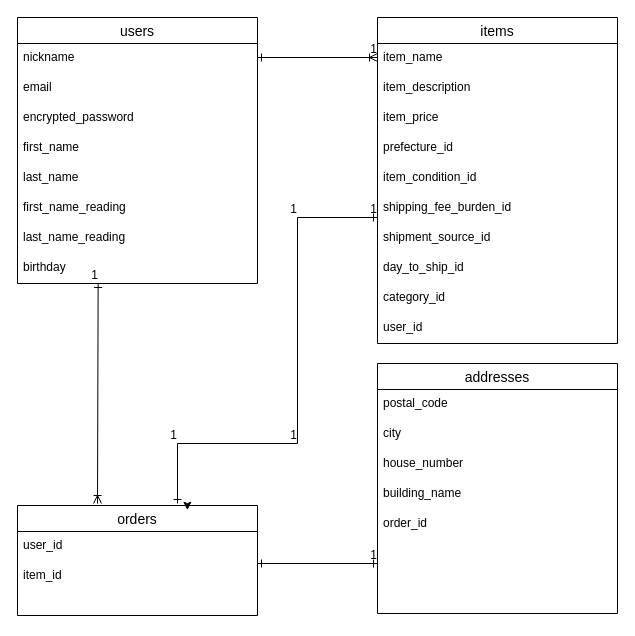
hirokazu1209/furima-34850 keeps this draw.io diagram as furima.dio. Above is the earlier version. Source tidied: cells renumbered, new cells numbered last; positions are measured from the earlier drawing's top-left corner, leaving out a move shared by most shapes. Both pictures are drawn from the tidied source at 100%, with x=0, y=0 at pixel (17, 17).
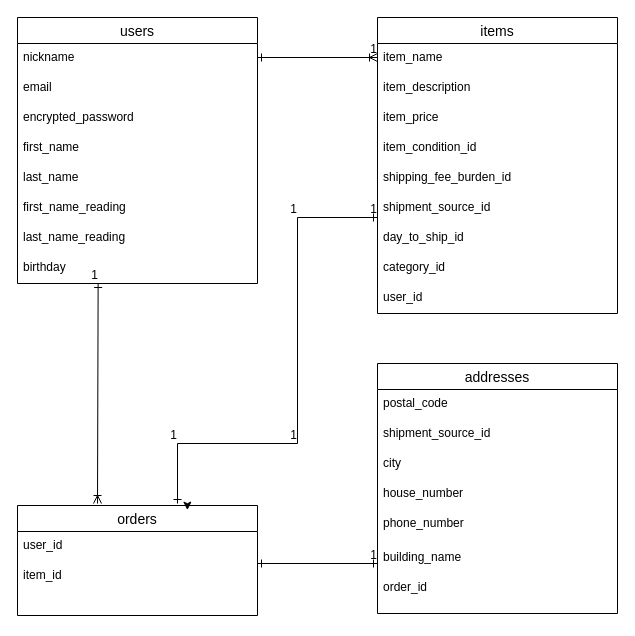
After the change.

Commit message (it also covers changes not shown here):
データベース設計_ご指摘箇所の再修正

The change refers to these unchanged cells:
```xml
<mxCell id="38" value="addresses" style="swimlane;fontStyle=0;horizontal=1;startSize=26;align=center;fontSize=14;" parent="1" vertex="1">
  <mxGeometry x="360" y="346" width="240" height="250" as="geometry" />
</mxCell>
```

Diff of the diagram source:
```diff
@@
     <mxCell id="6" value="items" style="swimlane;fontStyle=0;horizontal=1;startSize=26;align=center;fontSize=14;" parent="1" vertex="1">
-      <mxGeometry x="360" width="240" height="326" as="geometry" />
+      <mxGeometry x="360" width="240" height="296" as="geometry" />
     </mxCell>
@@
-    <mxCell id="10" value="prefecture_id" style="text;strokeColor=none;fillColor=none;spacingLeft=4;spacingRight=4;overflow=hidden;fontSize=12;" parent="6" vertex="1">
-      <mxGeometry y="116" width="240" height="30" as="geometry" />
-    </mxCell>
     <mxCell id="11" value="item_condition_id" style="text;strokeColor=none;fillColor=none;spacingLeft=4;spacingRight=4;overflow=hidden;fontSize=12;" parent="6" vertex="1">
-      <mxGeometry y="146" width="240" height="30" as="geometry" />
+      <mxGeometry y="116" width="240" height="30" as="geometry" />
     </mxCell>
     <mxCell id="12" value="shipping_fee_burden_id" style="text;strokeColor=none;fillColor=none;spacingLeft=4;spacingRight=4;overflow=hidden;fontSize=12;" parent="6" vertex="1">
-      <mxGeometry y="176" width="240" height="30" as="geometry" />
+      <mxGeometry y="146" width="240" height="30" as="geometry" />
     </mxCell>
     <mxCell id="13" value="shipment_source_id" style="text;strokeColor=none;fillColor=none;spacingLeft=4;spacingRight=4;overflow=hidden;fontSize=12;" parent="6" vertex="1">
-      <mxGeometry y="206" width="240" height="30" as="geometry" />
+      <mxGeometry y="176" width="240" height="30" as="geometry" />
     </mxCell>
     <mxCell id="14" value="day_to_ship_id" style="text;strokeColor=none;fillColor=none;spacingLeft=4;spacingRight=4;overflow=hidden;fontSize=12;" parent="6" vertex="1">
-      <mxGeometry y="236" width="240" height="30" as="geometry" />
+      <mxGeometry y="206" width="240" height="30" as="geometry" />
     </mxCell>
     <mxCell id="15" value="category_id" style="text;strokeColor=none;fillColor=none;spacingLeft=4;spacingRight=4;overflow=hidden;fontSize=12;" parent="6" vertex="1">
-      <mxGeometry y="266" width="240" height="30" as="geometry" />
+      <mxGeometry y="236" width="240" height="30" as="geometry" />
     </mxCell>
     <mxCell id="16" value="user_id" style="text;strokeColor=none;fillColor=none;spacingLeft=4;spacingRight=4;overflow=hidden;fontSize=12;" parent="6" vertex="1">
-      <mxGeometry y="296" width="240" height="30" as="geometry" />
+      <mxGeometry y="266" width="240" height="30" as="geometry" />
     </mxCell>
@@
-    <mxCell id="40" value="city" style="text;strokeColor=none;fillColor=none;spacingLeft=4;spacingRight=4;overflow=hidden;fontSize=12;" parent="38" vertex="1">
+    <mxCell id="40" value="shipment_source_id" style="text;strokeColor=none;fillColor=none;spacingLeft=4;spacingRight=4;overflow=hidden;fontSize=12;" parent="38" vertex="1">
       <mxGeometry y="56" width="240" height="30" as="geometry" />
     </mxCell>
-    <mxCell id="41" value="house_number" style="text;strokeColor=none;fillColor=none;spacingLeft=4;spacingRight=4;overflow=hidden;fontSize=12;" parent="38" vertex="1">
+    <mxCell id="41" value="city" style="text;strokeColor=none;fillColor=none;spacingLeft=4;spacingRight=4;overflow=hidden;fontSize=12;" parent="38" vertex="1">
       <mxGeometry y="86" width="240" height="30" as="geometry" />
     </mxCell>
-    <mxCell id="42" value="building_name" style="text;strokeColor=none;fillColor=none;spacingLeft=4;spacingRight=4;overflow=hidden;fontSize=12;" parent="38" vertex="1">
+    <mxCell id="42" value="house_number" style="text;strokeColor=none;fillColor=none;spacingLeft=4;spacingRight=4;overflow=hidden;fontSize=12;" parent="38" vertex="1">
       <mxGeometry y="116" width="240" height="30" as="geometry" />
     </mxCell>
-    <mxCell id="43" value="order_id" style="text;strokeColor=none;fillColor=none;spacingLeft=4;spacingRight=4;overflow=hidden;fontSize=12;" parent="38" vertex="1">
-      <mxGeometry y="146" width="240" height="104" as="geometry" />
+    <mxCell id="43" value="phone_number" style="text;strokeColor=none;fillColor=none;spacingLeft=4;spacingRight=4;overflow=hidden;fontSize=12;" parent="38" vertex="1">
+      <mxGeometry y="146" width="240" height="34" as="geometry" />
     </mxCell>
+    <mxCell id="46" value="building_name" style="text;strokeColor=none;fillColor=none;spacingLeft=4;spacingRight=4;overflow=hidden;fontSize=12;" parent="38" vertex="1">
+      <mxGeometry y="180" width="240" height="30" as="geometry" />
+    </mxCell>
+    <mxCell id="47" value="order_id" style="text;strokeColor=none;fillColor=none;spacingLeft=4;spacingRight=4;overflow=hidden;fontSize=12;" parent="38" vertex="1">
+      <mxGeometry y="210" width="240" height="40" as="geometry" />
+    </mxCell>
```
